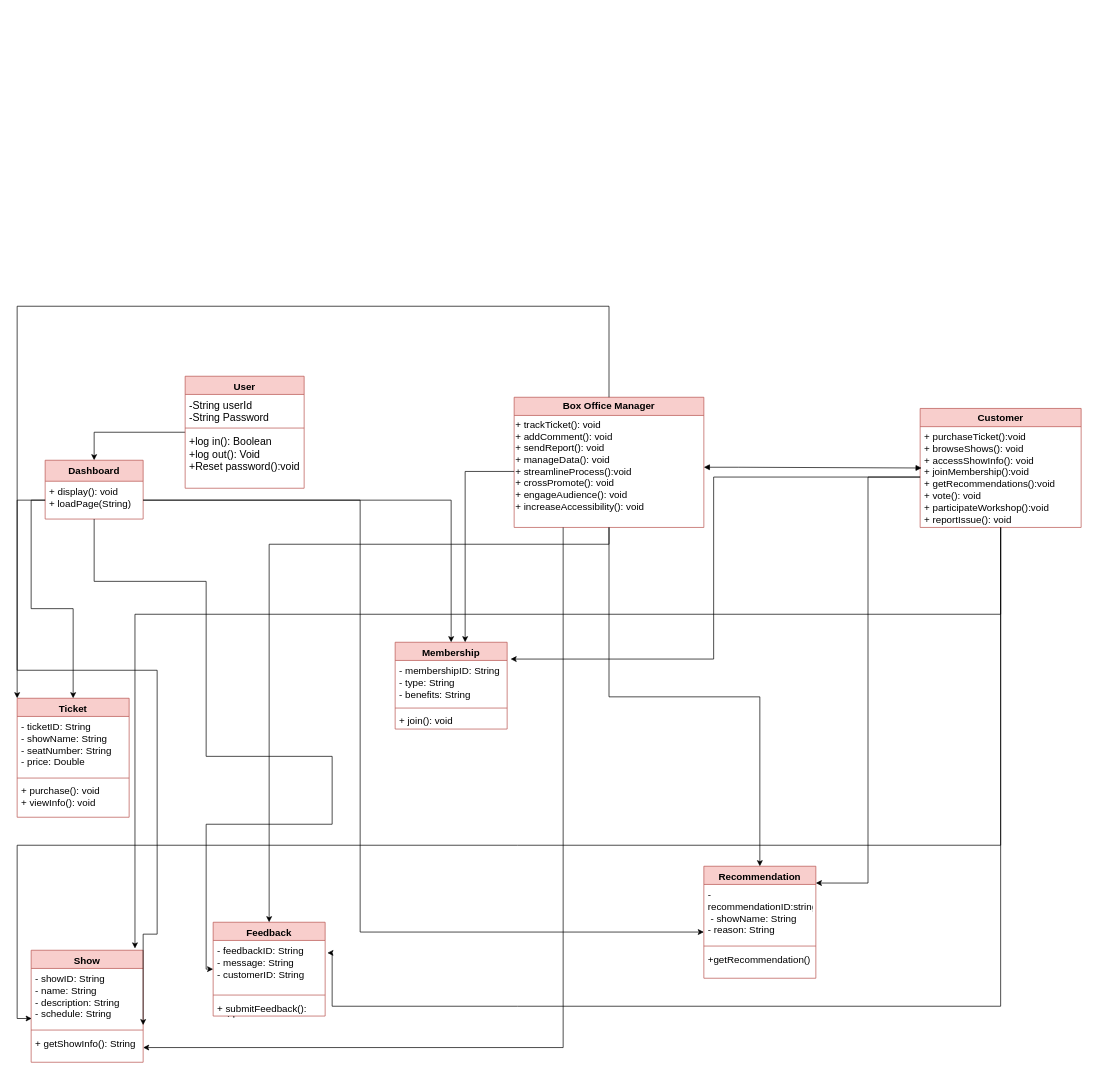
Before: Untitled Diagram.drawio in SadikaJahan/OOP-Course-, a draw.io diagram. Source tidied: cells renumbered, new cells numbered last; positions are measured from the earlier drawing's top-left corner, leaving out a move shared by most shapes. Both pictures are drawn from the tidied source at 70%, with x=0, y=0 at pixel (17, 306).
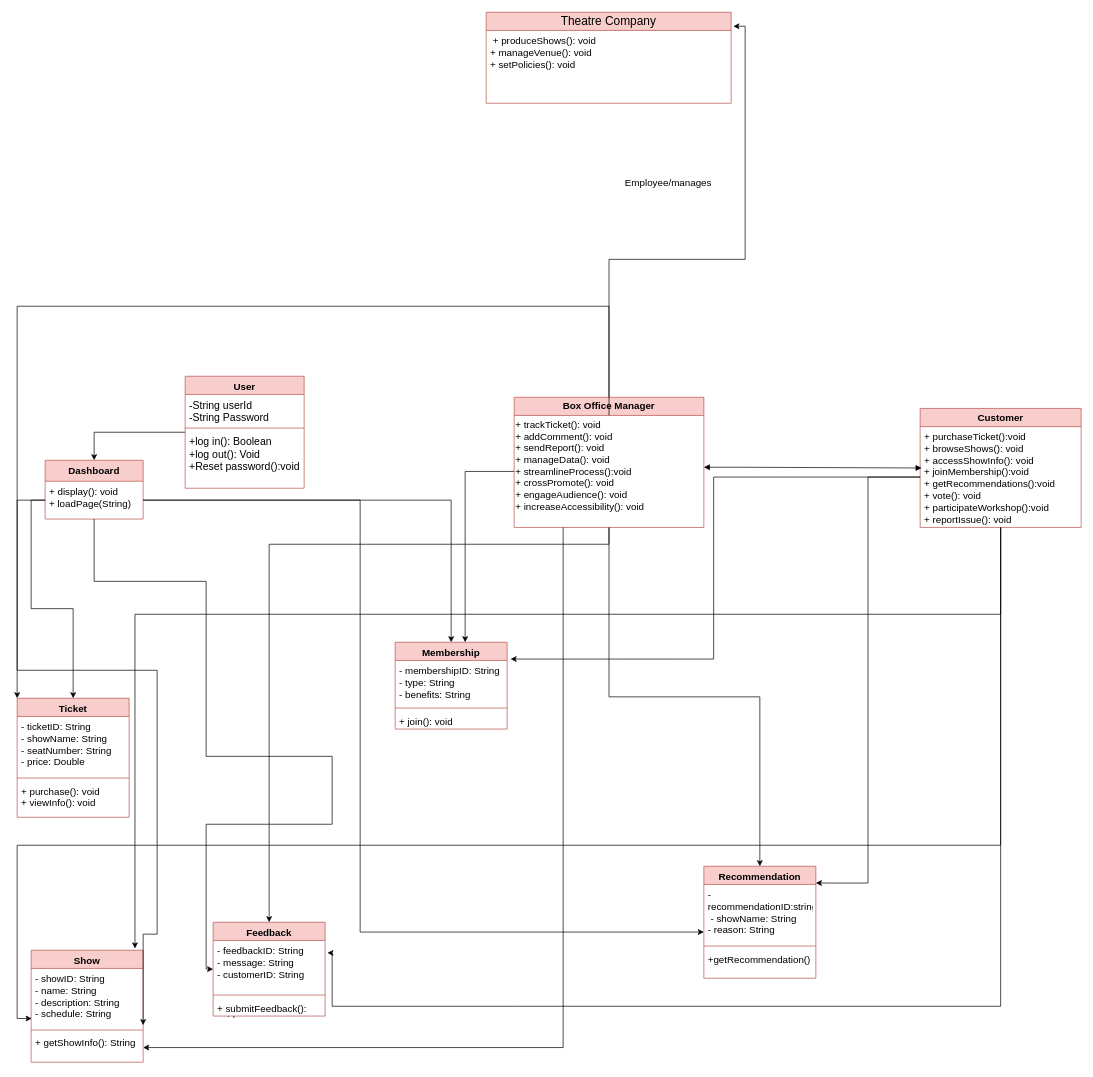
Above is the later version.

The change refers to these unchanged cells:
```xml
<mxCell id="8" value="+ trackTicket(): void&lt;div style=&quot;font-size: 14px;&quot;&gt;+ addComment(): void&lt;br style=&quot;font-size: 14px;&quot;&gt;&lt;/div&gt;&lt;div style=&quot;font-size: 14px;&quot;&gt;+ sendReport(): void&lt;/div&gt;&lt;div style=&quot;font-size: 14px;&quot;&gt;+ manageData(): void&amp;nbsp;&lt;/div&gt;&lt;div style=&quot;font-size: 14px;&quot;&gt; + streamlineProcess():void&lt;/div&gt;&lt;div style=&quot;font-size: 14px;&quot;&gt;+ crossPromote(): void&amp;nbsp;&lt;/div&gt;&lt;div style=&quot;font-size: 14px;&quot;&gt; + engageAudience(): void&lt;/div&gt;&lt;div style=&quot;font-size: 14px;&quot;&gt;+ increaseAccessibility(): void&amp;nbsp;&lt;/div&gt;&lt;div style=&quot;font-size: 14px;&quot;&gt;&amp;nbsp;&amp;nbsp;&lt;br style=&quot;font-size: 14px;&quot;&gt;&lt;/div&gt;" style="text;html=1;align=left;verticalAlign=middle;points=[];strokeColor=none;fillColor=none;fontSize=14;" parent="7" vertex="1">
  <mxGeometry y="26" width="271" height="160" as="geometry" />
</mxCell>
```

What changed in the source:
```diff
@@
+    <mxCell id="49" value="Theatre Company" style="swimlane;fontStyle=0;horizontal=1;startSize=26;fillColor=#f8cecc;whiteSpace=wrap;html=1;fontSize=17;strokeColor=#b85450;" parent="1" vertex="1">
+      <mxGeometry x="670" y="-420" width="350" height="130" as="geometry" />
+    </mxCell>
+    <mxCell id="50" value="&lt;font style=&quot;font-size: 14px;&quot;&gt;&amp;nbsp;+ produceShows(): void&lt;/font&gt;&lt;div style=&quot;font-size: 14px;&quot;&gt;&lt;font style=&quot;font-size: 14px;&quot;&gt;+ manageVenue(): void&lt;/font&gt;&lt;/div&gt;&lt;div style=&quot;font-size: 14px;&quot;&gt;&lt;font style=&quot;font-size: 14px;&quot;&gt;+ setPolicies(): void&amp;nbsp;&lt;/font&gt;&lt;/div&gt;" style="text;strokeColor=none;fillColor=none;align=left;verticalAlign=top;spacingLeft=4;spacingRight=4;overflow=hidden;points=[[0,0.5],[1,0.5]];portConstraint=eastwest;whiteSpace=wrap;html=1;" parent="49" vertex="1">
+      <mxGeometry y="26" width="350" height="104" as="geometry" />
+    </mxCell>
+    <mxCell id="51" style="edgeStyle=orthogonalEdgeStyle;rounded=0;jettySize=auto;html=1;entryX=1.009;entryY=-0.058;entryDx=0;entryDy=0;entryPerimeter=0;" parent="1" edge="1" source="8" target="50">
+      <mxGeometry relative="1" as="geometry" />
+    </mxCell>
+    <mxCell id="52" value="Employee/manages" style="text;html=1;align=center;verticalAlign=middle;strokeColor=none;fillColor=none;fontSize=14;" parent="1" vertex="1">
+      <mxGeometry x="855" y="-192" width="150" height="30" as="geometry" />
+    </mxCell>
```
